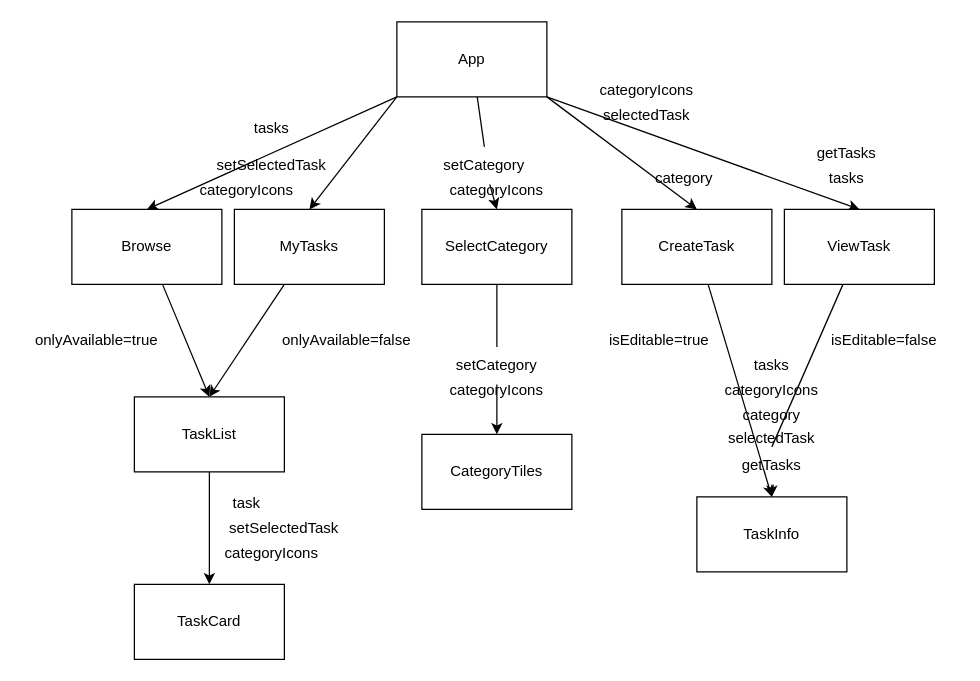
Before: docs/tree.drawio in percygr/kindr, a draw.io diagram. Source tidied: cells renumbered, new cells numbered last; positions are measured from the earlier drawing's top-left corner, leaving out a move shared by most shapes. Both pictures are drawn from the tidied source at 125%, with x=0, y=0 at pixel (21, 21).
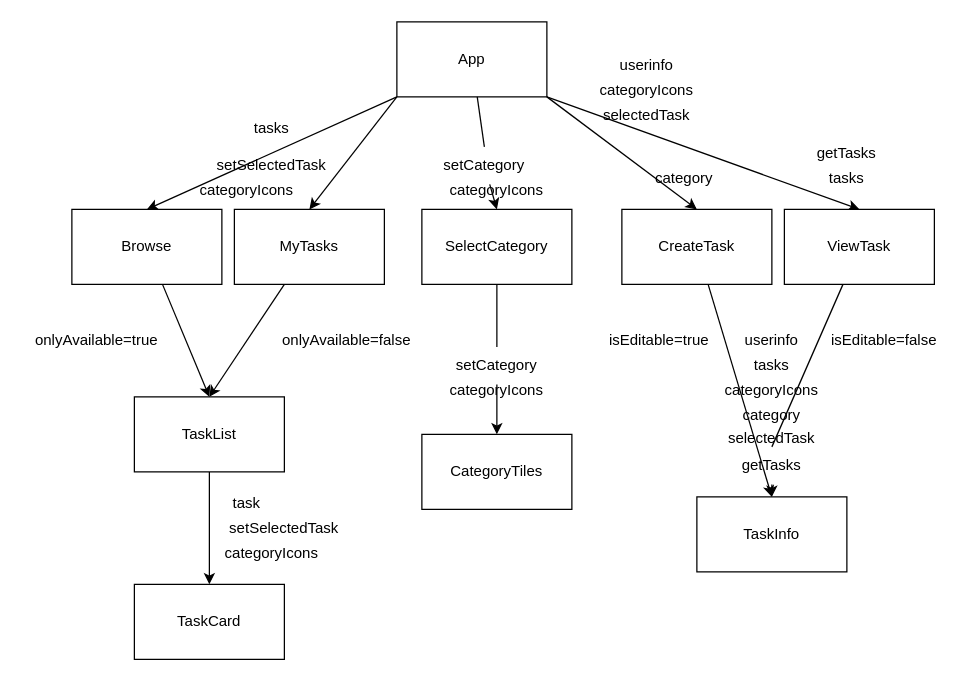
Above is the later version.

The edit, as a diff of the source:
```diff
@@
+    <mxCell id="50" value="userinfo" style="text;html=1;strokeColor=none;fillColor=none;align=center;verticalAlign=middle;whiteSpace=wrap;rounded=0;" parent="1" vertex="1">
+      <mxGeometry x="440" y="20" width="120" height="30" as="geometry" />
+    </mxCell>
+    <mxCell id="51" value="userinfo" style="text;html=1;strokeColor=none;fillColor=none;align=center;verticalAlign=middle;whiteSpace=wrap;rounded=0;" parent="1" vertex="1">
+      <mxGeometry x="540" y="240" width="120" height="30" as="geometry" />
+    </mxCell>
```
